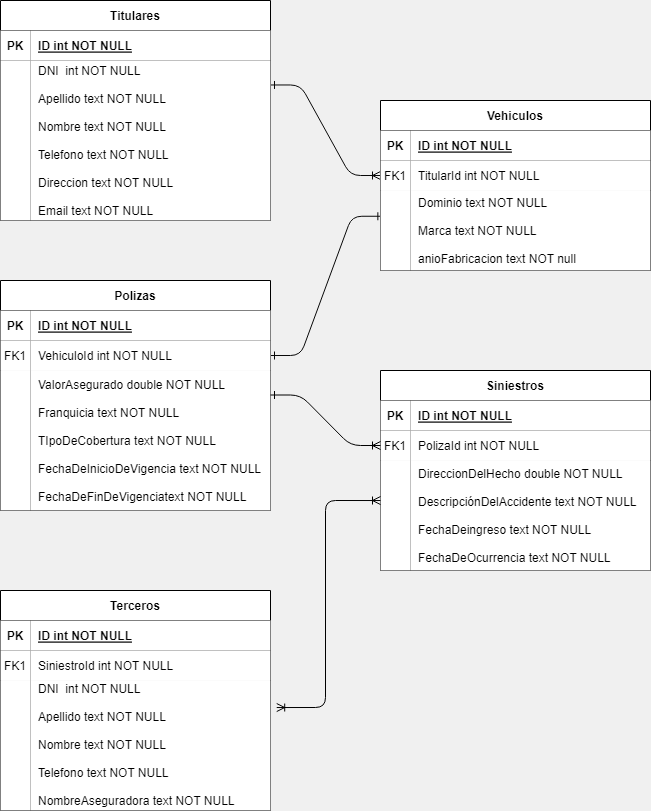
Earlier version of the draw.io export info/Diagrama entidades-relacion.png (martin-marzer/net2). Source tidied: cells renumbered, new cells last; positions are measured from the earlier drawing's top-left corner, leaving out a move shared by most shapes. Source of this version:
```xml
<mxGraphModel background="#F0F0F0">
  <root>
    <mxCell id="0" />
    <mxCell id="1" parent="0" />
    <mxCell id="2" style="edgeStyle=entityRelationEdgeStyle;endArrow=ERone;startArrow=ERone;endFill=0;startFill=0;entryX=0.005;entryY=0.322;entryDx=0;entryDy=0;entryPerimeter=0;exitX=1;exitY=0.5;exitDx=0;exitDy=0;strokeColor=#080808;" parent="1" edge="1" source="18" target="11">
      <mxGeometry relative="1" as="geometry" />
    </mxCell>
    <mxCell id="3" style="edgeStyle=entityRelationEdgeStyle;endArrow=ERoneToMany;startArrow=ERone;endFill=0;startFill=0;exitX=1;exitY=0.153;exitDx=0;exitDy=0;exitPerimeter=0;strokeColor=#080808;" parent="1" edge="1" source="28" target="8">
      <mxGeometry relative="1" as="geometry" />
    </mxCell>
    <mxCell id="4" value="Vehiculos" style="shape=table;startSize=30;rowLines=0;fontStyle=1;align=center;" parent="1" vertex="1">
      <mxGeometry x="380" y="100" width="270" height="170" as="geometry" />
    </mxCell>
    <mxCell id="5" style="shape=partialRectangle;fillColor=none;top=0;left=0;right=0;bottom=1;" parent="4" vertex="1">
      <mxGeometry y="30" width="270" height="30" as="geometry" />
    </mxCell>
    <mxCell id="6" value="PK" style="shape=partialRectangle;overflow=hidden;fillColor=default;top=0;left=0;bottom=0;right=0;fontStyle=1;" parent="5" vertex="1">
      <mxGeometry width="30" height="30" as="geometry" />
    </mxCell>
    <mxCell id="7" value="ID int NOT NULL " style="shape=partialRectangle;overflow=hidden;fillColor=default;top=0;left=0;bottom=0;right=0;align=left;spacingLeft=6;fontStyle=5;" parent="5" vertex="1">
      <mxGeometry x="30" width="240" height="30" as="geometry" />
    </mxCell>
    <mxCell id="8" style="shape=partialRectangle;fillColor=none;points=[[0,0.5],[1,0.5]];portConstraint=eastwest;top=0;left=0;right=0;bottom=0;" parent="4" vertex="1">
      <mxGeometry y="60" width="270" height="30" as="geometry" />
    </mxCell>
    <mxCell id="9" value="FK1" style="shape=partialRectangle;overflow=hidden;fillColor=default;top=0;left=0;bottom=0;right=0;" parent="8" vertex="1">
      <mxGeometry width="30" height="30" as="geometry" />
    </mxCell>
    <mxCell id="10" value="TitularId int NOT NULL" style="shape=partialRectangle;overflow=hidden;fillColor=default;top=0;left=0;bottom=0;right=0;align=left;spacingLeft=6;" parent="8" vertex="1">
      <mxGeometry x="30" width="240" height="30" as="geometry" />
    </mxCell>
    <mxCell id="11" style="shape=partialRectangle;fillColor=none;points=[[0,0.5],[1,0.5]];portConstraint=eastwest;top=0;left=0;right=0;bottom=0;" parent="4" vertex="1">
      <mxGeometry y="90" width="270" height="80" as="geometry" />
    </mxCell>
    <mxCell id="12" style="shape=partialRectangle;overflow=hidden;fillColor=default;top=0;left=0;bottom=0;right=0;" parent="11" vertex="1">
      <mxGeometry width="30" height="80" as="geometry" />
    </mxCell>
    <mxCell id="13" value="Dominio text NOT NULL&#10;&#10;Marca text NOT NULL&#10;&#10;anioFabricacion text NOT null" style="shape=partialRectangle;overflow=hidden;fillColor=default;top=0;left=0;bottom=0;right=0;align=left;spacingLeft=6;" parent="11" vertex="1">
      <mxGeometry x="30" width="240" height="80" as="geometry" />
    </mxCell>
    <mxCell id="14" value="Polizas" style="shape=table;startSize=30;rowLines=0;fontStyle=1;align=center;" parent="1" vertex="1">
      <mxGeometry y="280" width="270" height="230" as="geometry" />
    </mxCell>
    <mxCell id="15" style="shape=partialRectangle;fillColor=none;top=0;left=0;right=0;bottom=1;" parent="14" vertex="1">
      <mxGeometry y="30" width="270" height="30" as="geometry" />
    </mxCell>
    <mxCell id="16" value="PK" style="shape=partialRectangle;overflow=hidden;fillColor=default;top=0;left=0;bottom=0;right=0;fontStyle=1;" parent="15" vertex="1">
      <mxGeometry width="30" height="30" as="geometry" />
    </mxCell>
    <mxCell id="17" value="ID int NOT NULL " style="shape=partialRectangle;overflow=hidden;fillColor=default;top=0;left=0;bottom=0;right=0;align=left;spacingLeft=6;fontStyle=5;" parent="15" vertex="1">
      <mxGeometry x="30" width="240" height="30" as="geometry" />
    </mxCell>
    <mxCell id="18" style="shape=partialRectangle;fillColor=none;points=[[0,0.5],[1,0.5]];portConstraint=eastwest;top=0;left=0;right=0;bottom=0;" parent="14" vertex="1">
      <mxGeometry y="60" width="270" height="30" as="geometry" />
    </mxCell>
    <mxCell id="19" value="FK1" style="shape=partialRectangle;overflow=hidden;fillColor=default;top=0;left=0;bottom=0;right=0;" parent="18" vertex="1">
      <mxGeometry width="30" height="30" as="geometry" />
    </mxCell>
    <mxCell id="20" value="VehiculoId int NOT NULL" style="shape=partialRectangle;overflow=hidden;fillColor=default;top=0;left=0;bottom=0;right=0;align=left;spacingLeft=6;" parent="18" vertex="1">
      <mxGeometry x="30" width="240" height="30" as="geometry" />
    </mxCell>
    <mxCell id="21" style="shape=partialRectangle;fillColor=none;points=[[0,0.5],[1,0.5]];portConstraint=eastwest;top=0;left=0;right=0;bottom=0;" parent="14" vertex="1">
      <mxGeometry y="90" width="270" height="140" as="geometry" />
    </mxCell>
    <mxCell id="22" style="shape=partialRectangle;overflow=hidden;fillColor=default;top=0;left=0;bottom=0;right=0;" parent="21" vertex="1">
      <mxGeometry width="30" height="140" as="geometry" />
    </mxCell>
    <mxCell id="23" value="ValorAsegurado double NOT NULL&#10;&#10;Franquicia text NOT NULL&#10;&#10;TIpoDeCobertura text NOT NULL&#10;&#10;FechaDeInicioDeVigencia text NOT NULL&#10;&#10;FechaDeFinDeVigenciatext NOT NULL" style="shape=partialRectangle;overflow=hidden;fillColor=default;top=0;left=0;bottom=0;right=0;align=left;spacingLeft=6;" parent="21" vertex="1">
      <mxGeometry x="30" width="240" height="140" as="geometry" />
    </mxCell>
    <mxCell id="24" value="Titulares" style="shape=table;startSize=30;rowLines=0;fontStyle=1;align=center;" parent="1" vertex="1">
      <mxGeometry width="270" height="220" as="geometry" />
    </mxCell>
    <mxCell id="25" style="shape=partialRectangle;fillColor=none;top=0;left=0;right=0;bottom=1;" parent="24" vertex="1">
      <mxGeometry y="30" width="270" height="30" as="geometry" />
    </mxCell>
    <mxCell id="26" value="PK" style="shape=partialRectangle;overflow=hidden;fillColor=default;top=0;left=0;bottom=0;right=0;fontStyle=1;" parent="25" vertex="1">
      <mxGeometry width="30" height="30" as="geometry" />
    </mxCell>
    <mxCell id="27" value="ID int NOT NULL " style="shape=partialRectangle;overflow=hidden;fillColor=default;top=0;left=0;bottom=0;right=0;align=left;spacingLeft=6;fontStyle=5;" parent="25" vertex="1">
      <mxGeometry x="30" width="240" height="30" as="geometry" />
    </mxCell>
    <mxCell id="28" style="shape=partialRectangle;fillColor=none;points=[[0,0.5],[1,0.5]];portConstraint=eastwest;top=0;left=0;right=0;bottom=0;" parent="24" vertex="1">
      <mxGeometry y="60" width="270" height="160" as="geometry" />
    </mxCell>
    <mxCell id="29" style="shape=partialRectangle;overflow=hidden;fillColor=default;top=0;left=0;bottom=0;right=0;" parent="28" vertex="1">
      <mxGeometry width="30" height="160" as="geometry" />
    </mxCell>
    <mxCell id="30" value="DNI  int NOT NULL&#10;&#10;Apellido text NOT NULL&#10;&#10;Nombre text NOT NULL&#10;&#10;Telefono text NOT NULL&#10;&#10;Direccion text NOT NULL&#10;&#10;Email text NOT NULL" style="shape=partialRectangle;overflow=hidden;fillColor=default;top=0;left=0;bottom=0;right=0;align=left;spacingLeft=6;" parent="28" vertex="1">
      <mxGeometry x="30" width="240" height="160" as="geometry" />
    </mxCell>
    <mxCell id="31" value="Siniestros" style="shape=table;startSize=30;rowLines=0;fontStyle=1;align=center;fillColor=default;" parent="1" vertex="1">
      <mxGeometry x="380" y="370" width="270" height="200" as="geometry" />
    </mxCell>
    <mxCell id="32" style="shape=partialRectangle;fillColor=none;top=0;left=0;right=0;bottom=1;" parent="31" vertex="1">
      <mxGeometry y="30" width="270" height="30" as="geometry" />
    </mxCell>
    <mxCell id="33" value="PK" style="shape=partialRectangle;overflow=hidden;fillColor=default;top=0;left=0;bottom=0;right=0;fontStyle=1;" parent="32" vertex="1">
      <mxGeometry width="30" height="30" as="geometry" />
    </mxCell>
    <mxCell id="34" value="ID int NOT NULL " style="shape=partialRectangle;overflow=hidden;fillColor=default;top=0;left=0;bottom=0;right=0;align=left;spacingLeft=6;fontStyle=5;" parent="32" vertex="1">
      <mxGeometry x="30" width="240" height="30" as="geometry" />
    </mxCell>
    <mxCell id="35" style="shape=partialRectangle;fillColor=none;points=[[0,0.5],[1,0.5]];portConstraint=eastwest;top=0;left=0;right=0;bottom=0;" parent="31" vertex="1">
      <mxGeometry y="60" width="270" height="30" as="geometry" />
    </mxCell>
    <mxCell id="36" value="FK1" style="shape=partialRectangle;overflow=hidden;fillColor=default;top=0;left=0;bottom=0;right=0;" parent="35" vertex="1">
      <mxGeometry width="30" height="30" as="geometry" />
    </mxCell>
    <mxCell id="37" value="PolizaId int NOT NULL" style="shape=partialRectangle;overflow=hidden;fillColor=default;top=0;left=0;bottom=0;right=0;align=left;spacingLeft=6;" parent="35" vertex="1">
      <mxGeometry x="30" width="240" height="30" as="geometry" />
    </mxCell>
    <mxCell id="38" style="shape=partialRectangle;fillColor=none;points=[[0,0.5],[1,0.5]];portConstraint=eastwest;top=0;left=0;right=0;bottom=0;" parent="31" vertex="1">
      <mxGeometry y="90" width="270" height="110" as="geometry" />
    </mxCell>
    <mxCell id="39" style="shape=partialRectangle;overflow=hidden;fillColor=default;top=0;left=0;bottom=0;right=0;" parent="38" vertex="1">
      <mxGeometry width="30" height="110" as="geometry" />
    </mxCell>
    <mxCell id="40" value="DireccionDelHecho double NOT NULL&#10;&#10;DescripciónDelAccidente text NOT NULL&#10;&#10;FechaDeingreso text NOT NULL&#10;&#10;FechaDeOcurrencia text NOT NULL" style="shape=partialRectangle;overflow=hidden;fillColor=default;top=0;left=0;bottom=0;right=0;align=left;spacingLeft=6;" parent="38" vertex="1">
      <mxGeometry x="30" width="240" height="110" as="geometry" />
    </mxCell>
    <mxCell id="41" style="edgeStyle=entityRelationEdgeStyle;endArrow=ERone;startArrow=ERoneToMany;endFill=0;startFill=0;entryX=1;entryY=0.175;entryDx=0;entryDy=0;exitX=0;exitY=0.5;exitDx=0;exitDy=0;entryPerimeter=0;strokeColor=#000000;" parent="1" edge="1" source="35" target="21">
      <mxGeometry relative="1" as="geometry" />
    </mxCell>
    <mxCell id="42" value="Terceros" style="shape=table;startSize=30;rowLines=0;fontStyle=1;align=center;" parent="1" vertex="1">
      <mxGeometry y="590" width="270" height="220" as="geometry" />
    </mxCell>
    <mxCell id="43" style="shape=partialRectangle;fillColor=none;top=0;left=0;right=0;bottom=1;" parent="42" vertex="1">
      <mxGeometry y="30" width="270" height="30" as="geometry" />
    </mxCell>
    <mxCell id="44" value="PK" style="shape=partialRectangle;overflow=hidden;fillColor=default;top=0;left=0;bottom=0;right=0;fontStyle=1;" parent="43" vertex="1">
      <mxGeometry width="30" height="30" as="geometry" />
    </mxCell>
    <mxCell id="45" value="ID int NOT NULL " style="shape=partialRectangle;overflow=hidden;fillColor=default;top=0;left=0;bottom=0;right=0;align=left;spacingLeft=6;fontStyle=5;" parent="43" vertex="1">
      <mxGeometry x="30" width="240" height="30" as="geometry" />
    </mxCell>
    <mxCell id="46" style="shape=partialRectangle;fillColor=none;top=0;left=0;right=0;bottom=0;" parent="42" vertex="1">
      <mxGeometry y="60" width="270" height="30" as="geometry" />
    </mxCell>
    <mxCell id="47" value="FK1" style="shape=partialRectangle;overflow=hidden;fillColor=default;top=0;left=0;bottom=0;right=0;" parent="46" vertex="1">
      <mxGeometry width="30" height="30" as="geometry" />
    </mxCell>
    <mxCell id="48" value="SiniestroId int NOT NULL" style="shape=partialRectangle;overflow=hidden;fillColor=default;top=0;left=0;bottom=0;right=0;align=left;spacingLeft=6;" parent="46" vertex="1">
      <mxGeometry x="30" width="240" height="30" as="geometry" />
    </mxCell>
    <mxCell id="49" style="shape=partialRectangle;fillColor=none;points=[[0,0.5],[1,0.5]];portConstraint=eastwest;top=0;left=0;right=0;bottom=0;" parent="42" vertex="1">
      <mxGeometry y="90" width="270" height="130" as="geometry" />
    </mxCell>
    <mxCell id="50" style="shape=partialRectangle;overflow=hidden;fillColor=default;top=0;left=0;bottom=0;right=0;" parent="49" vertex="1">
      <mxGeometry width="30" height="130" as="geometry" />
    </mxCell>
    <mxCell id="51" value="DNI  int NOT NULL&#10;&#10;Apellido text NOT NULL&#10;&#10;Nombre text NOT NULL&#10;&#10;Telefono text NOT NULL&#10;&#10;NombreAseguradora text NOT NULL&#10;" style="shape=partialRectangle;overflow=hidden;fillColor=default;top=0;left=0;bottom=0;right=0;align=left;spacingLeft=6;" parent="49" vertex="1">
      <mxGeometry x="30" width="240" height="130" as="geometry" />
    </mxCell>
    <mxCell id="52" style="edgeStyle=orthogonalEdgeStyle;rounded=1;jettySize=auto;html=1;exitX=1.023;exitY=0.208;exitDx=0;exitDy=0;entryX=0;entryY=0.364;entryDx=0;entryDy=0;startArrow=ERoneToMany;startFill=0;endArrow=ERoneToMany;endFill=0;entryPerimeter=0;exitPerimeter=0;strokeColor=#000000;" parent="1" edge="1" source="49" target="38">
      <mxGeometry relative="1" as="geometry" />
    </mxCell>
  </root>
</mxGraphModel>
```
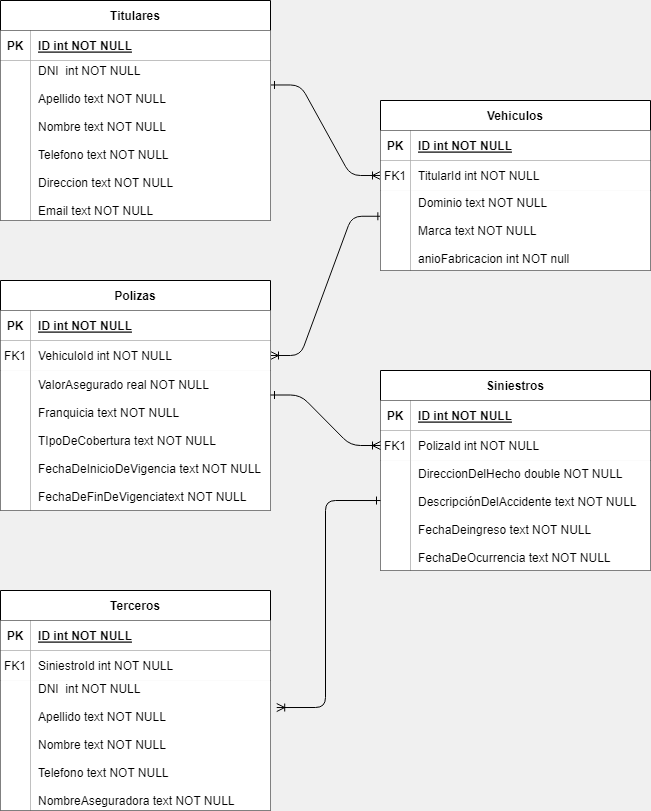
After the change.

What changed in the source:
```diff
@@ -2,7 +2,7 @@
   <root>
     <mxCell id="0" />
     <mxCell id="1" parent="0" />
-    <mxCell id="2" style="edgeStyle=entityRelationEdgeStyle;endArrow=ERone;startArrow=ERone;endFill=0;startFill=0;entryX=0.005;entryY=0.322;entryDx=0;entryDy=0;entryPerimeter=0;exitX=1;exitY=0.5;exitDx=0;exitDy=0;strokeColor=#080808;" parent="1" edge="1" source="18" target="11">
+    <mxCell id="2" style="edgeStyle=entityRelationEdgeStyle;endArrow=ERone;startArrow=ERoneToMany;endFill=0;startFill=0;entryX=0.005;entryY=0.322;entryDx=0;entryDy=0;entryPerimeter=0;exitX=1;exitY=0.5;exitDx=0;exitDy=0;strokeColor=#080808;" parent="1" edge="1" source="18" target="11">
       <mxGeometry relative="1" as="geometry" />
     </mxCell>
     <mxCell id="3" style="edgeStyle=entityRelationEdgeStyle;endArrow=ERoneToMany;startArrow=ERone;endFill=0;startFill=0;exitX=1;exitY=0.153;exitDx=0;exitDy=0;exitPerimeter=0;strokeColor=#080808;" parent="1" edge="1" source="28" target="8">
@@ -35,7 +35,7 @@
     <mxCell id="12" style="shape=partialRectangle;overflow=hidden;fillColor=default;top=0;left=0;bottom=0;right=0;" parent="11" vertex="1">
       <mxGeometry width="30" height="80" as="geometry" />
     </mxCell>
-    <mxCell id="13" value="Dominio text NOT NULL&#10;&#10;Marca text NOT NULL&#10;&#10;anioFabricacion text NOT null" style="shape=partialRectangle;overflow=hidden;fillColor=default;top=0;left=0;bottom=0;right=0;align=left;spacingLeft=6;" parent="11" vertex="1">
+    <mxCell id="13" value="Dominio text NOT NULL&#10;&#10;Marca text NOT NULL&#10;&#10;anioFabricacion int NOT null" style="shape=partialRectangle;overflow=hidden;fillColor=default;top=0;left=0;bottom=0;right=0;align=left;spacingLeft=6;" parent="11" vertex="1">
       <mxGeometry x="30" width="240" height="80" as="geometry" />
     </mxCell>
     <mxCell id="14" value="Polizas" style="shape=table;startSize=30;rowLines=0;fontStyle=1;align=center;" parent="1" vertex="1">
@@ -65,7 +65,7 @@
     <mxCell id="22" style="shape=partialRectangle;overflow=hidden;fillColor=default;top=0;left=0;bottom=0;right=0;" parent="21" vertex="1">
       <mxGeometry width="30" height="140" as="geometry" />
     </mxCell>
-    <mxCell id="23" value="ValorAsegurado double NOT NULL&#10;&#10;Franquicia text NOT NULL&#10;&#10;TIpoDeCobertura text NOT NULL&#10;&#10;FechaDeInicioDeVigencia text NOT NULL&#10;&#10;FechaDeFinDeVigenciatext NOT NULL" style="shape=partialRectangle;overflow=hidden;fillColor=default;top=0;left=0;bottom=0;right=0;align=left;spacingLeft=6;" parent="21" vertex="1">
+    <mxCell id="23" value="ValorAsegurado real NOT NULL&#10;&#10;Franquicia text NOT NULL&#10;&#10;TIpoDeCobertura text NOT NULL&#10;&#10;FechaDeInicioDeVigencia text NOT NULL&#10;&#10;FechaDeFinDeVigenciatext NOT NULL" style="shape=partialRectangle;overflow=hidden;fillColor=default;top=0;left=0;bottom=0;right=0;align=left;spacingLeft=6;" parent="21" vertex="1">
       <mxGeometry x="30" width="240" height="140" as="geometry" />
     </mxCell>
     <mxCell id="24" value="Titulares" style="shape=table;startSize=30;rowLines=0;fontStyle=1;align=center;" parent="1" vertex="1">
@@ -152,7 +152,7 @@
     <mxCell id="51" value="DNI  int NOT NULL&#10;&#10;Apellido text NOT NULL&#10;&#10;Nombre text NOT NULL&#10;&#10;Telefono text NOT NULL&#10;&#10;NombreAseguradora text NOT NULL&#10;" style="shape=partialRectangle;overflow=hidden;fillColor=default;top=0;left=0;bottom=0;right=0;align=left;spacingLeft=6;" parent="49" vertex="1">
       <mxGeometry x="30" width="240" height="130" as="geometry" />
     </mxCell>
-    <mxCell id="52" style="edgeStyle=orthogonalEdgeStyle;rounded=1;jettySize=auto;html=1;exitX=1.023;exitY=0.208;exitDx=0;exitDy=0;entryX=0;entryY=0.364;entryDx=0;entryDy=0;startArrow=ERoneToMany;startFill=0;endArrow=ERoneToMany;endFill=0;entryPerimeter=0;exitPerimeter=0;strokeColor=#000000;" parent="1" edge="1" source="49" target="38">
+    <mxCell id="52" style="edgeStyle=orthogonalEdgeStyle;rounded=1;jettySize=auto;html=1;exitX=1.023;exitY=0.208;exitDx=0;exitDy=0;entryX=0;entryY=0.364;entryDx=0;entryDy=0;startArrow=ERoneToMany;startFill=0;endArrow=ERone;endFill=0;entryPerimeter=0;exitPerimeter=0;strokeColor=#000000;" parent="1" edge="1" source="49" target="38">
       <mxGeometry relative="1" as="geometry" />
     </mxCell>
   </root>
```
